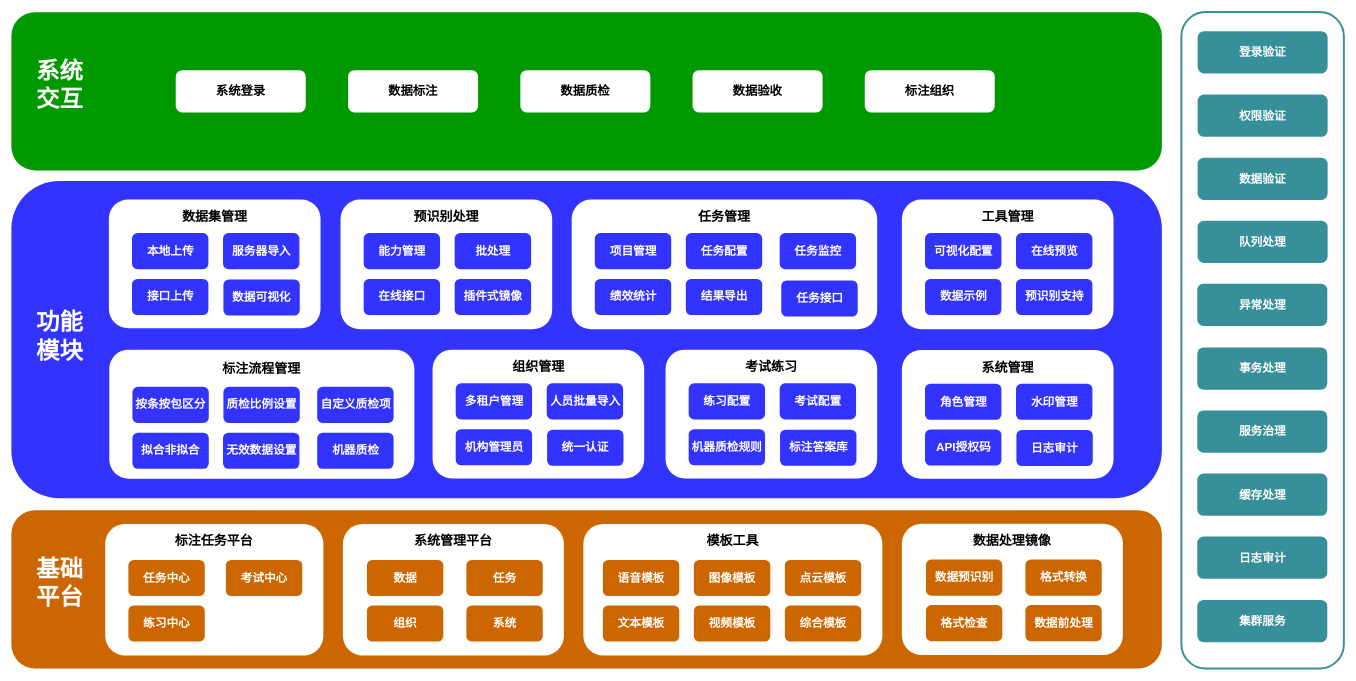
Earlier version of the draw.io diagram ShujiajiaPro/产品设计架构图.drawio (rainoo/diagrams). Source tidied: cells renumbered, new cells numbered last; positions are measured from the earlier drawing's top-left corner, leaving out a move shared by most shapes. Both pictures are drawn from the tidied source at 65%, with x=0, y=0 at pixel (11, 12).
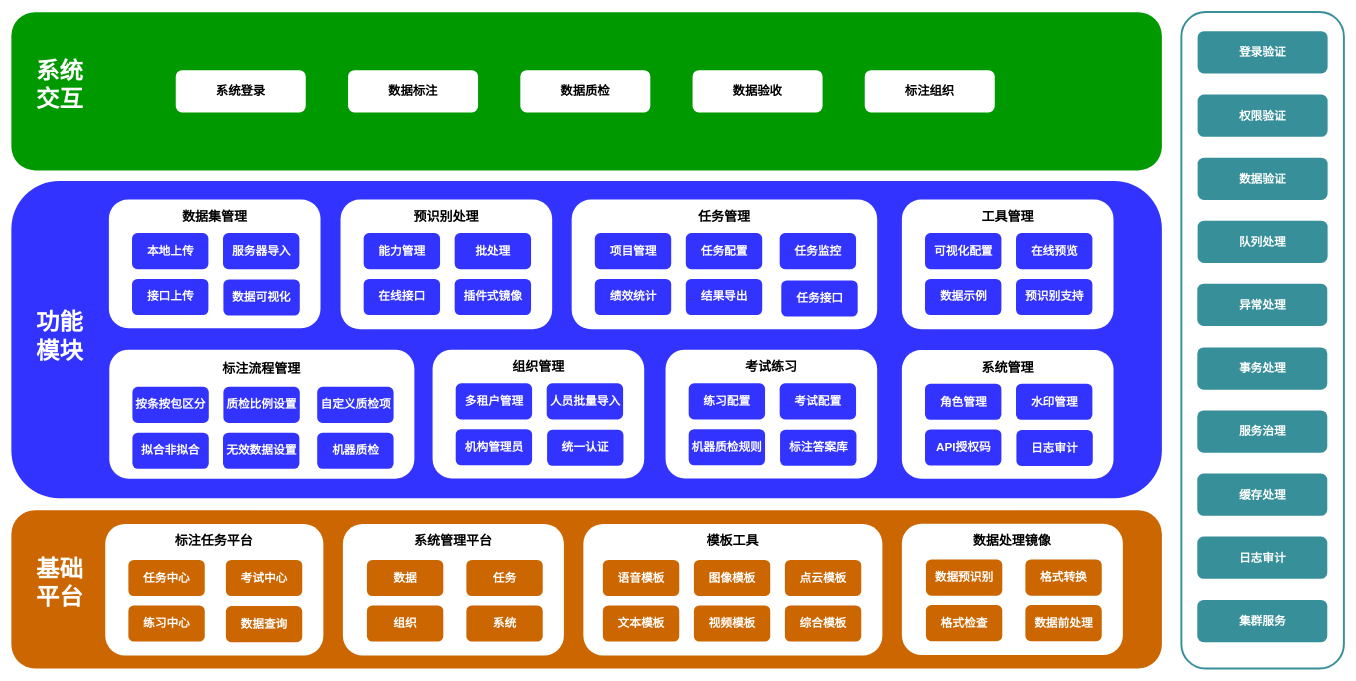
The same page after the edit.

Commit message (it also covers changes not shown here):
更新产品设计架构图.drawio

The edit, as a diff of the source:
```diff
@@
+    <mxCell id="101" value="数据查询" style="rounded=1;whiteSpace=wrap;html=1;fontSize=18;strokeColor=none;fontStyle=1;fontColor=#FFFFFF;fillColor=#CC6600;" parent="1" vertex="1">
+      <mxGeometry x="330" y="914" width="117.5" height="55.5" as="geometry" />
+    </mxCell>
```
